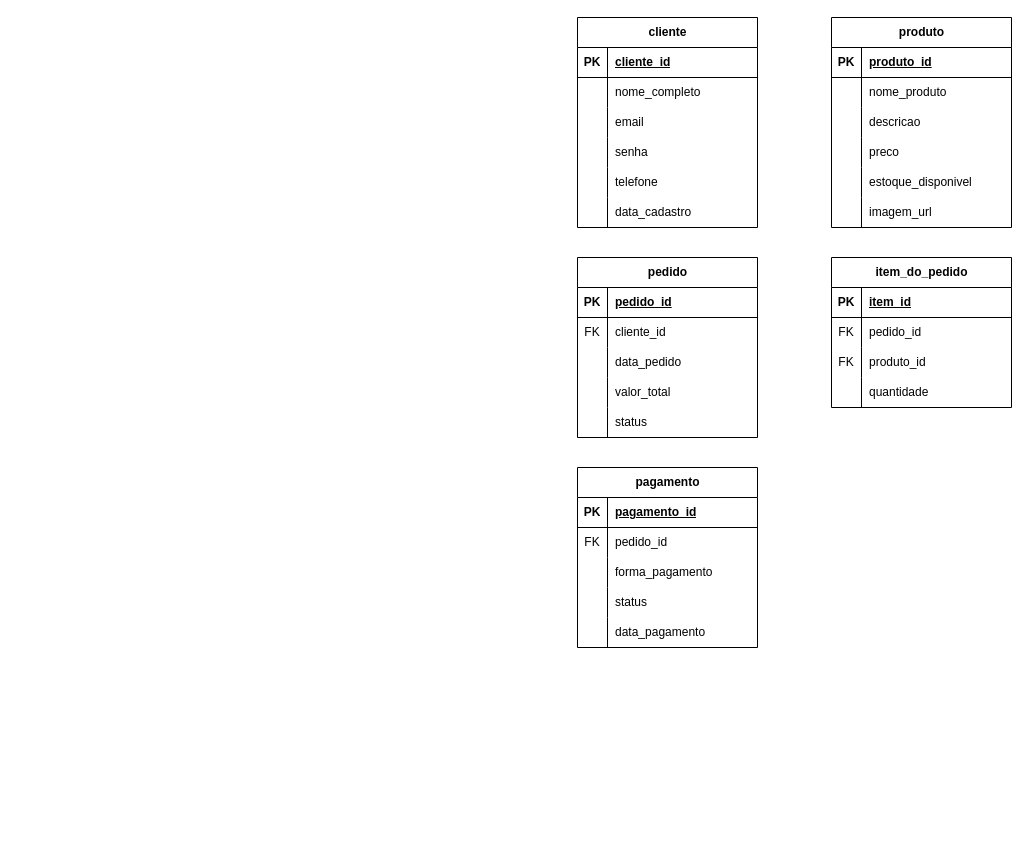
M4theusPedroso/ProjetoEcommerce keeps this draw.io diagram as page "Logico - TechMarket" (4 of 6) of Modelagem/TechMarket.drawio. Above is the earlier version. Source tidied: cells renumbered, new cells numbered last; positions are measured from the earlier drawing's top-left corner, leaving out a move shared by most shapes. Both pictures are drawn from the tidied source at 100%, with x=0, y=0 at pixel (577, 17).
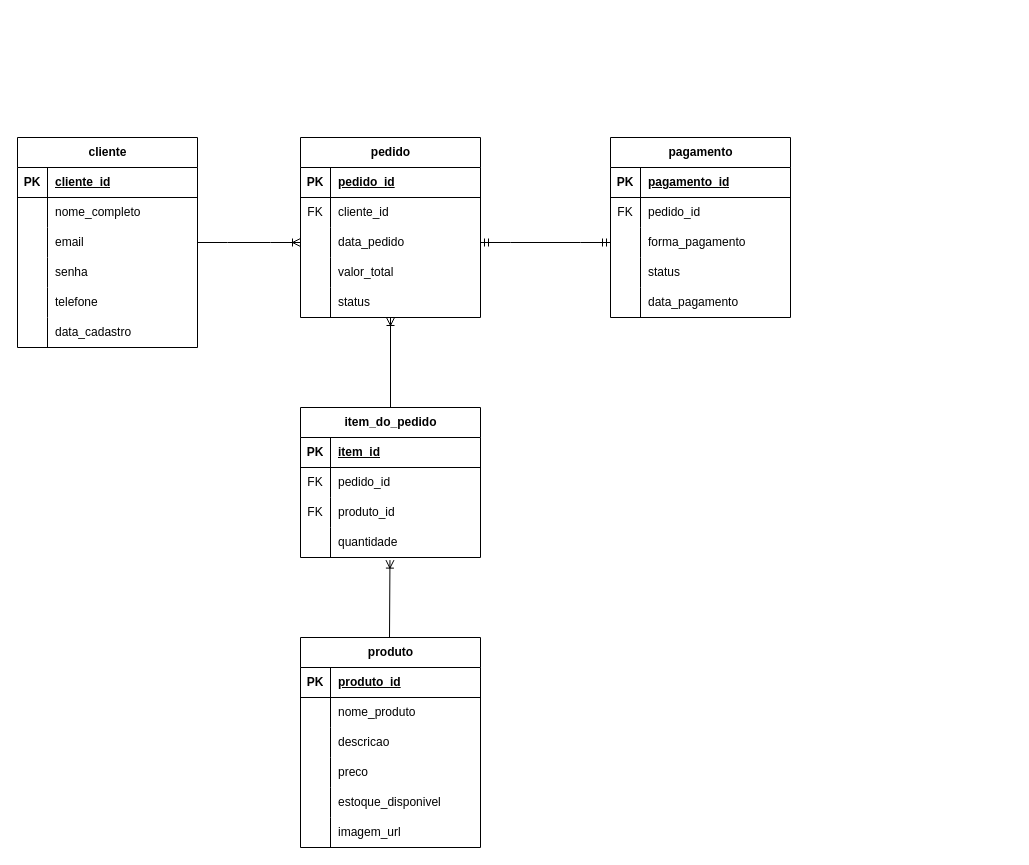
Above is the later version.

Unchanged cells that the change refers to:
```xml
<mxCell id="9" style="shape=tableRow;horizontal=0;startSize=0;swimlaneHead=0;swimlaneBody=0;fillColor=none;points=[[0,0.5],[1,0.5]];portConstraint=eastwest;top=0;left=0;right=0;bottom=0;" parent="2" vertex="1">
  <mxGeometry y="90" width="180" height="30" as="geometry" />
</mxCell>
<mxCell id="47" style="shape=tableRow;horizontal=0;startSize=0;swimlaneHead=0;swimlaneBody=0;fillColor=none;points=[[0,0.5],[1,0.5]];portConstraint=eastwest;top=0;left=0;right=0;bottom=0;" parent="40" vertex="1">
  <mxGeometry y="90" width="180" height="30" as="geometry" />
</mxCell>
<mxCell id="53" style="shape=tableRow;horizontal=0;startSize=0;swimlaneHead=0;swimlaneBody=0;fillColor=none;points=[[0,0.5],[1,0.5]];portConstraint=eastwest;top=0;left=0;right=0;bottom=0;" parent="40" vertex="1">
  <mxGeometry y="150" width="180" height="30" as="geometry" />
</mxCell>
<mxCell id="66" style="shape=tableRow;horizontal=0;startSize=0;swimlaneHead=0;swimlaneBody=0;fillColor=none;points=[[0,0.5],[1,0.5]];portConstraint=eastwest;top=0;left=0;right=0;bottom=0;" parent="56" vertex="1">
  <mxGeometry y="120" width="180" height="30" as="geometry" />
</mxCell>
<mxCell id="76" style="shape=tableRow;horizontal=0;startSize=0;swimlaneHead=0;swimlaneBody=0;fillColor=none;points=[[0,0.5],[1,0.5]];portConstraint=eastwest;top=0;left=0;right=0;bottom=0;" parent="69" vertex="1">
  <mxGeometry y="90" width="180" height="30" as="geometry" />
</mxCell>
```

The edit, as a diff of the source:
```diff
@@
     <mxCell id="2" value="cliente" style="shape=table;startSize=30;childLayout=tableLayout;rowLines=0;fontStyle=1;align=center;html=1;" parent="1" vertex="1">
-      <mxGeometry width="180" height="210" as="geometry" />
+      <mxGeometry x="-560" y="120" width="180" height="210" as="geometry" />
     </mxCell>
@@
     <mxCell id="21" value="produto" style="shape=table;startSize=30;childLayout=tableLayout;rowLines=0;fontStyle=1;align=center;html=1;" parent="1" vertex="1">
-      <mxGeometry x="254" width="180" height="210" as="geometry" />
+      <mxGeometry x="-277" y="620" width="180" height="210" as="geometry" />
     </mxCell>
@@
     <mxCell id="40" value="pedido" style="shape=table;startSize=30;childLayout=tableLayout;rowLines=0;fontStyle=1;align=center;html=1;" parent="1" vertex="1">
-      <mxGeometry y="240" width="180" height="180" as="geometry" />
+      <mxGeometry x="-277" y="120" width="180" height="180" as="geometry" />
     </mxCell>
@@
     <mxCell id="56" value="item_do_pedido" style="shape=table;startSize=30;childLayout=tableLayout;rowLines=0;fontStyle=1;align=center;html=1;" parent="1" vertex="1">
-      <mxGeometry x="254" y="240" width="180" height="150" as="geometry" />
+      <mxGeometry x="-277" y="390" width="180" height="150" as="geometry" />
     </mxCell>
@@
     <mxCell id="69" value="pagamento" style="shape=table;startSize=30;childLayout=tableLayout;rowLines=0;fontStyle=1;align=center;html=1;" parent="1" vertex="1">
-      <mxGeometry y="450" width="180" height="180" as="geometry" />
+      <mxGeometry x="33" y="120" width="180" height="180" as="geometry" />
     </mxCell>
@@
+    <mxCell id="85" style="edgeStyle=entityRelationEdgeStyle;fontSize=12;html=1;endArrow=ERoneToMany;rounded=0;entryX=0;entryY=0.5;entryDx=0;entryDy=0;exitX=1;exitY=0.5;exitDx=0;exitDy=0;" parent="1" edge="1" source="9" target="47">
+      <mxGeometry relative="1" as="geometry" />
+    </mxCell>
+    <mxCell id="86" style="edgeStyle=entityRelationEdgeStyle;fontSize=12;html=1;endArrow=ERmandOne;startArrow=ERmandOne;rounded=0;entryX=0;entryY=0.5;entryDx=0;entryDy=0;exitX=1;exitY=0.5;exitDx=0;exitDy=0;" parent="1" edge="1" source="47" target="76">
+      <mxGeometry relative="1" as="geometry" />
+    </mxCell>
+    <mxCell id="87" style="fontSize=12;html=1;endArrow=ERoneToMany;rounded=0;exitX=0.5;exitY=0;exitDx=0;exitDy=0;entryX=0.5;entryY=1;entryDx=0;entryDy=0;entryPerimeter=0;" parent="1" edge="1" source="56" target="53">
+      <mxGeometry relative="1" as="geometry" />
+    </mxCell>
+    <mxCell id="88" style="fontSize=12;html=1;endArrow=ERoneToMany;rounded=0;entryX=0.497;entryY=1.087;entryDx=0;entryDy=0;entryPerimeter=0;" parent="1" edge="1" target="66">
+      <mxGeometry relative="1" as="geometry">
+        <mxPoint x="-188" y="620" as="sourcePoint" />
+      </mxGeometry>
+    </mxCell>
```
